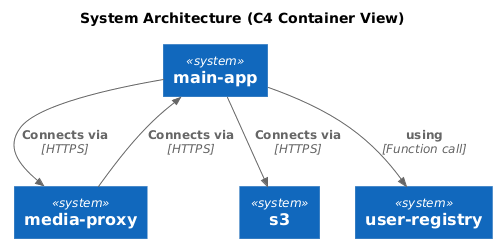
scrive/kitab keeps this PlantUML diagram as doc/system-diagram.png. Above is the earlier version. Source of this version:
```plantuml
@startuml
!include https://raw.githubusercontent.com/plantuml-stdlib/C4-PlantUML/master/C4_Container.puml

title System Architecture (C4 Container View)

System(main_app, "main-app")
System(media_proxy, "media-proxy")
System(s3, "s3")
System(user_registry, "user-registry")

Rel(main_app, media_proxy, "Connects via", "HTTPS")
Rel(main_app, s3, "Connects via", "HTTPS")
Rel(main_app, user_registry, "using", "Function call")
Rel(media_proxy, main_app, "Connects via", "HTTPS")
@enduml
```
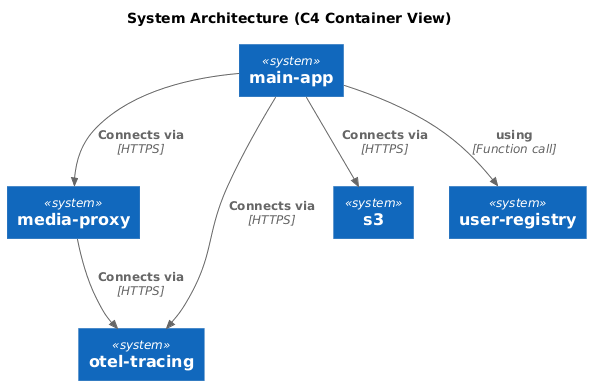
After the commit.

What changed in the source:
```diff
@@ -5,11 +5,13 @@
 
 System(main_app, "main-app")
 System(media_proxy, "media-proxy")
+System(otel_tracing, "otel-tracing")
 System(s3, "s3")
 System(user_registry, "user-registry")
 
 Rel(main_app, media_proxy, "Connects via", "HTTPS")
+Rel(main_app, otel_tracing, "Connects via", "HTTPS")
 Rel(main_app, s3, "Connects via", "HTTPS")
 Rel(main_app, user_registry, "using", "Function call")
-Rel(media_proxy, main_app, "Connects via", "HTTPS")
+Rel(media_proxy, otel_tracing, "Connects via", "HTTPS")
 @enduml
```
